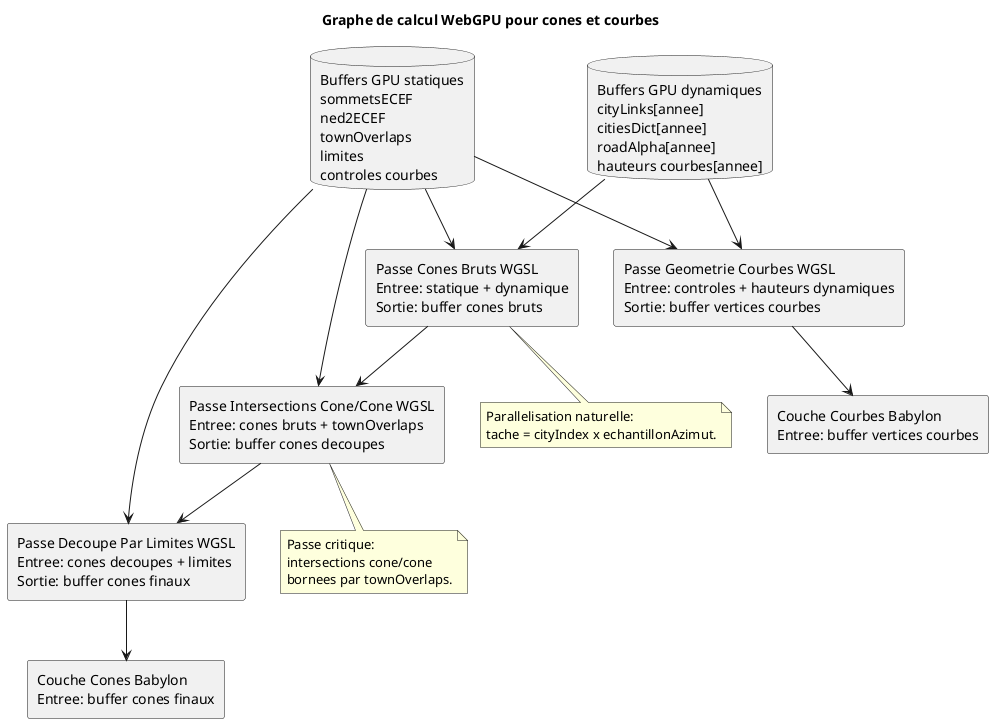
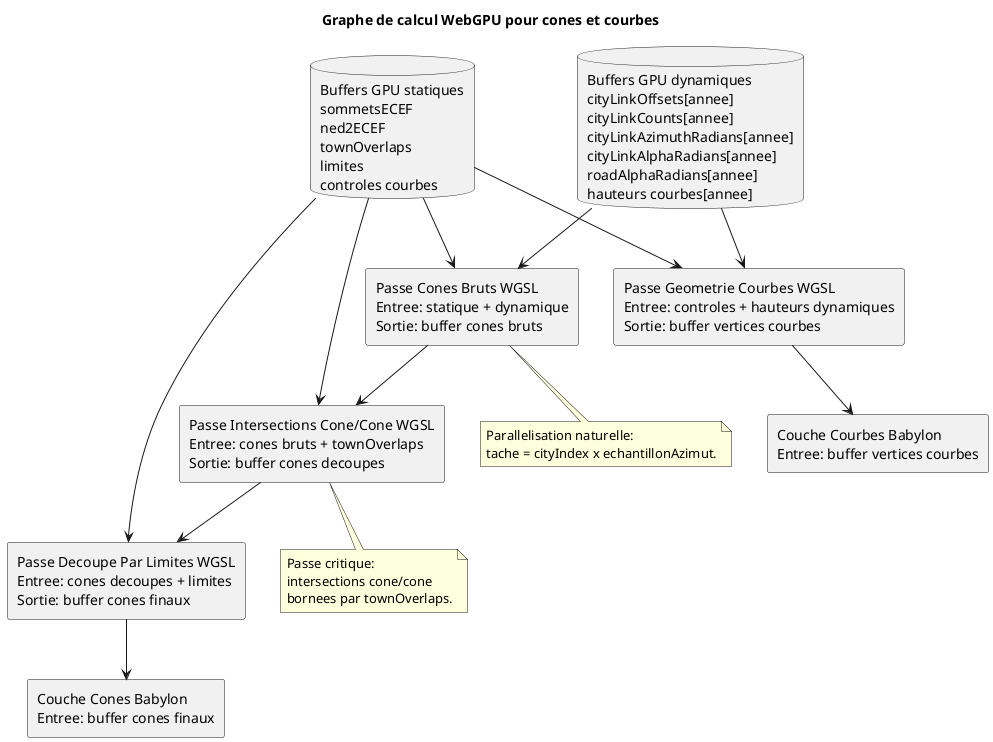
@startuml
title Graphe de calcul WebGPU pour cones et courbes

skinparam componentStyle rectangle

database "Buffers GPU statiques\nsommetsECEF\nned2ECEF\ntownOverlaps\nlimites\ncontroles courbes" as staticBuffers
- database "Buffers GPU dynamiques\ncityLinks[annee]\ncitiesDict[annee]\nroadAlpha[annee]\nhauteurs courbes[annee]" as dynamicBuffers
+ database "Buffers GPU dynamiques\ncityLinkOffsets[annee]\ncityLinkCounts[annee]\ncityLinkAzimuthRadians[annee]\ncityLinkAlphaRadians[annee]\nroadAlphaRadians[annee]\nhauteurs courbes[annee]" as dynamicBuffers

component "Passe Cones Bruts WGSL\nEntree: statique + dynamique\nSortie: buffer cones bruts" as raw
component "Passe Intersections Cone/Cone WGSL\nEntree: cones bruts + townOverlaps\nSortie: buffer cones decoupes" as ciseled
component "Passe Decoupe Par Limites WGSL\nEntree: cones decoupes + limites\nSortie: buffer cones finaux" as final
component "Passe Geometrie Courbes WGSL\nEntree: controles + hauteurs dynamiques\nSortie: buffer vertices courbes" as curve
component "Couche Cones Babylon\nEntree: buffer cones finaux" as coneLayer
component "Couche Courbes Babylon\nEntree: buffer vertices courbes" as curveLayer

staticBuffers --> raw
dynamicBuffers --> raw
raw --> ciseled
staticBuffers --> ciseled
ciseled --> final
staticBuffers --> final
staticBuffers --> curve
dynamicBuffers --> curve
final --> coneLayer
curve --> curveLayer

note bottom of raw
  Parallelisation naturelle:
  tache = cityIndex x echantillonAzimut.
end note

note bottom of ciseled
  Passe critique:
  intersections cone/cone
  bornees par townOverlaps.
end note
@enduml
